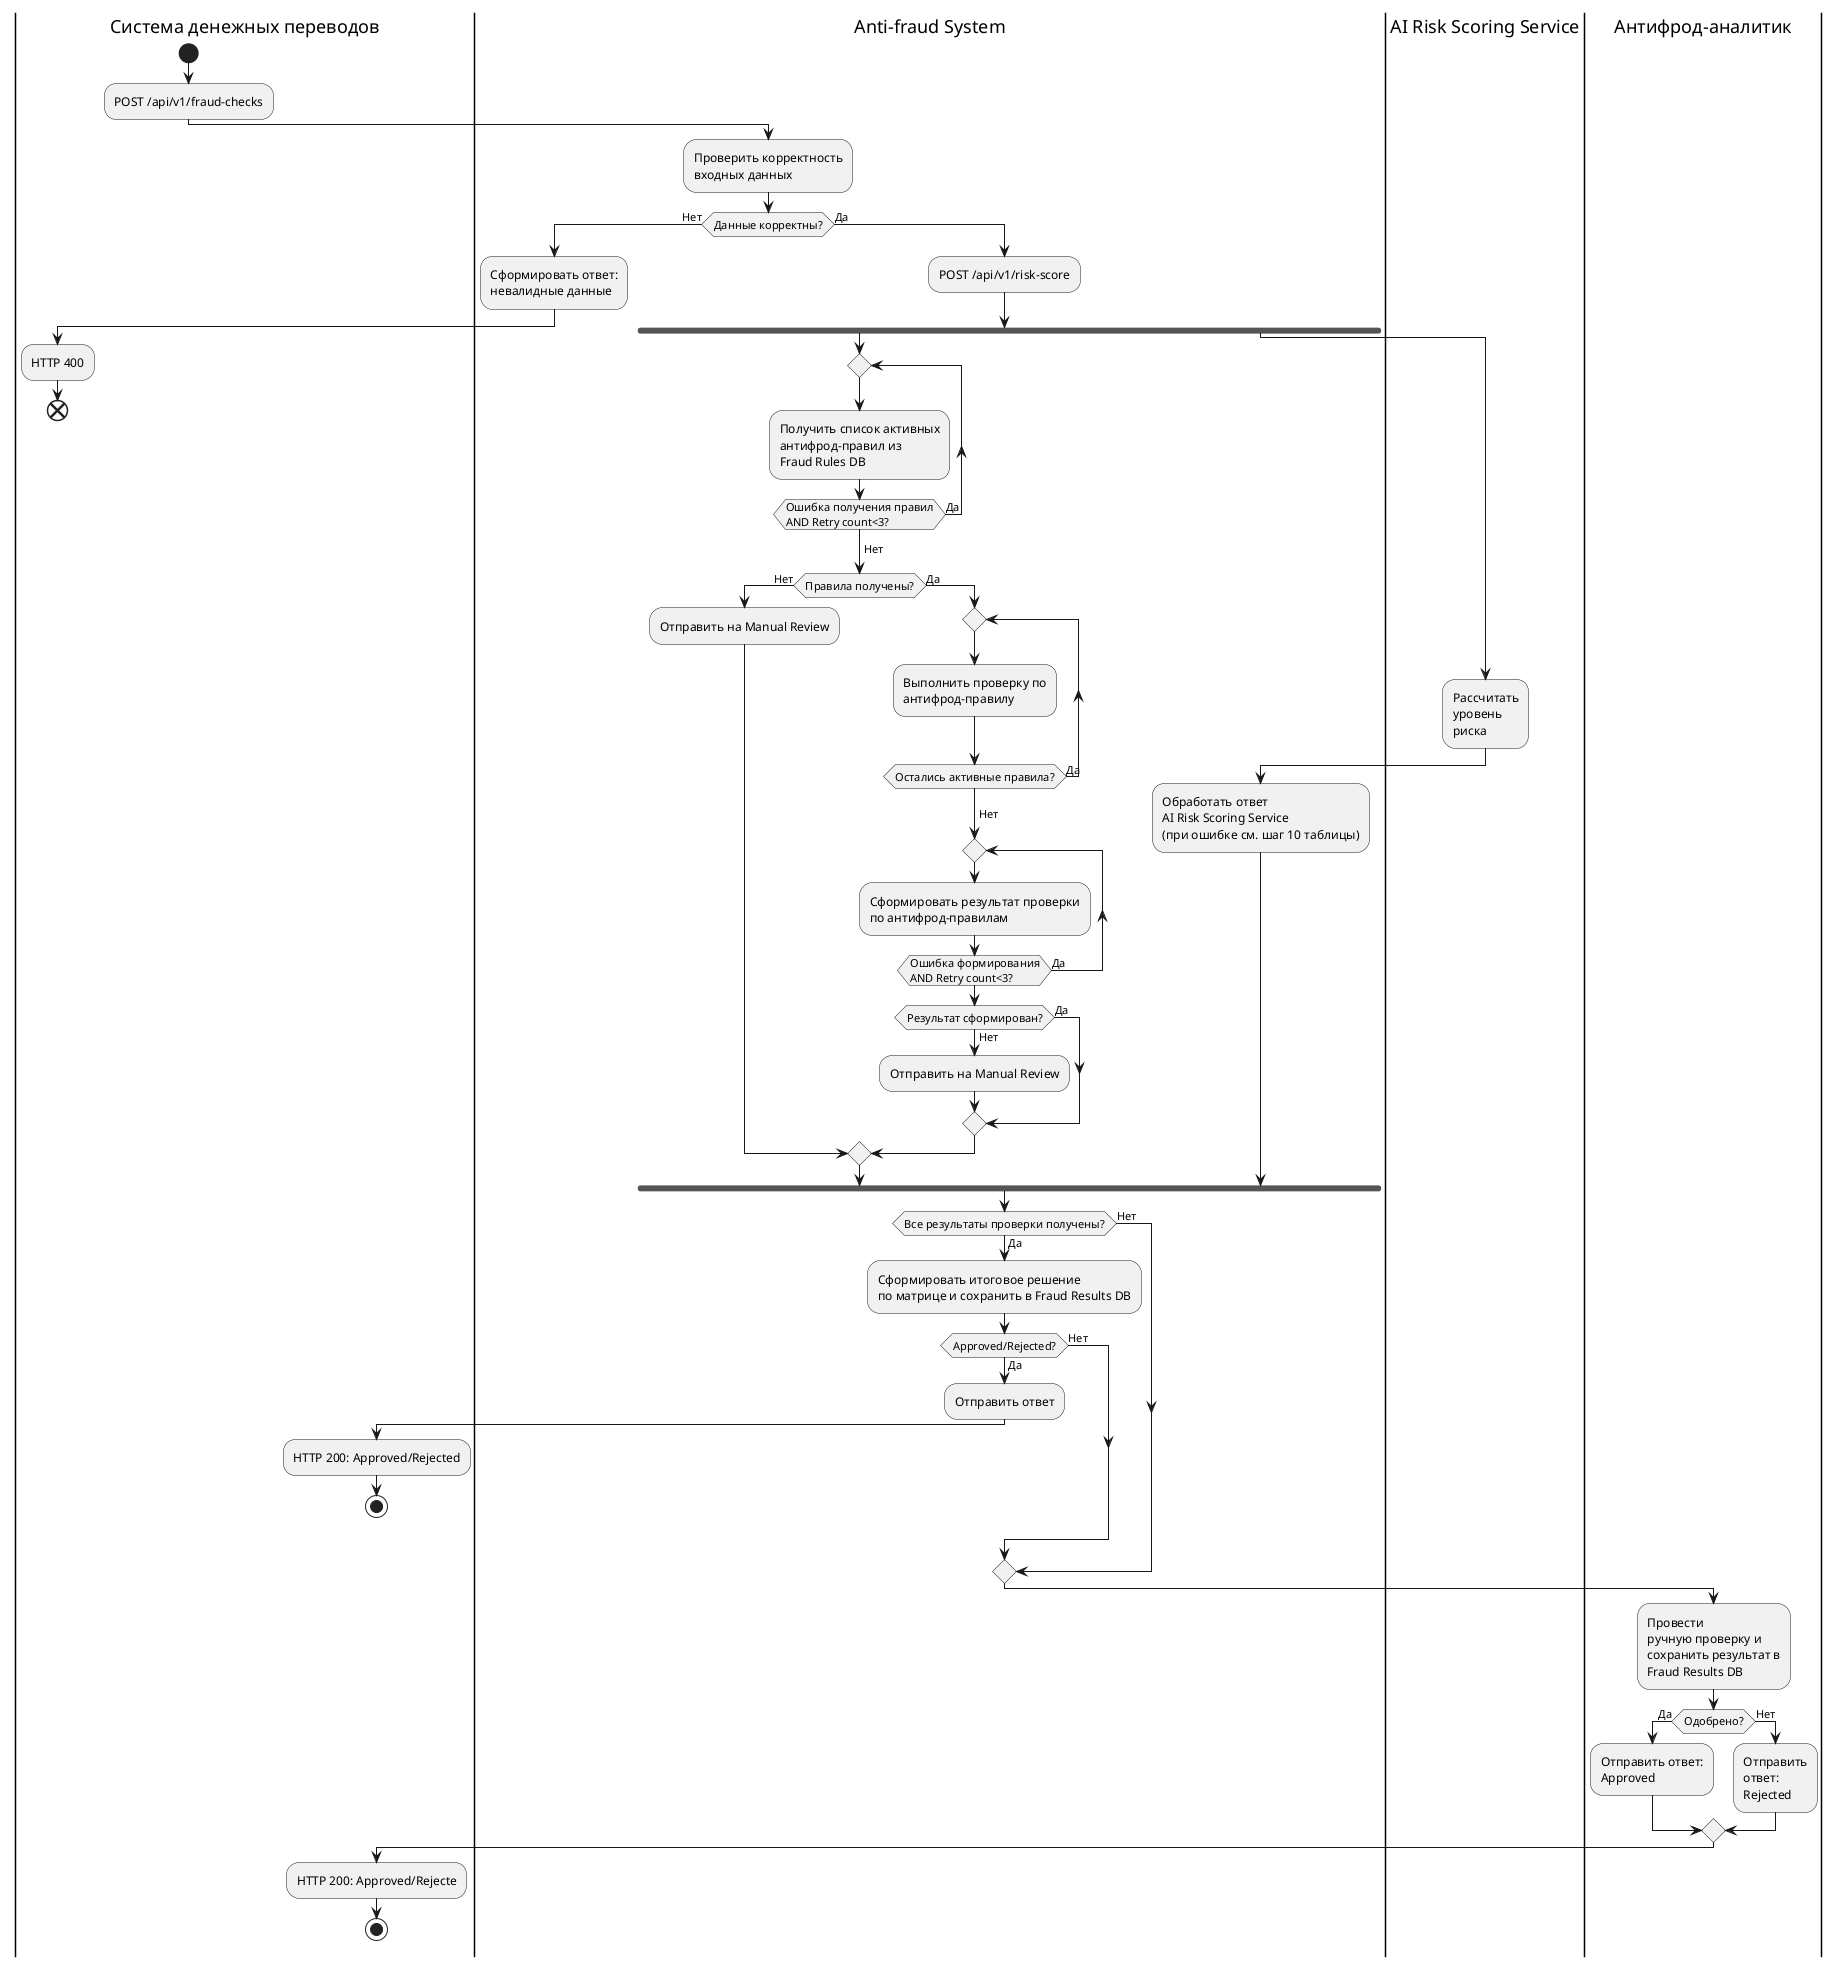
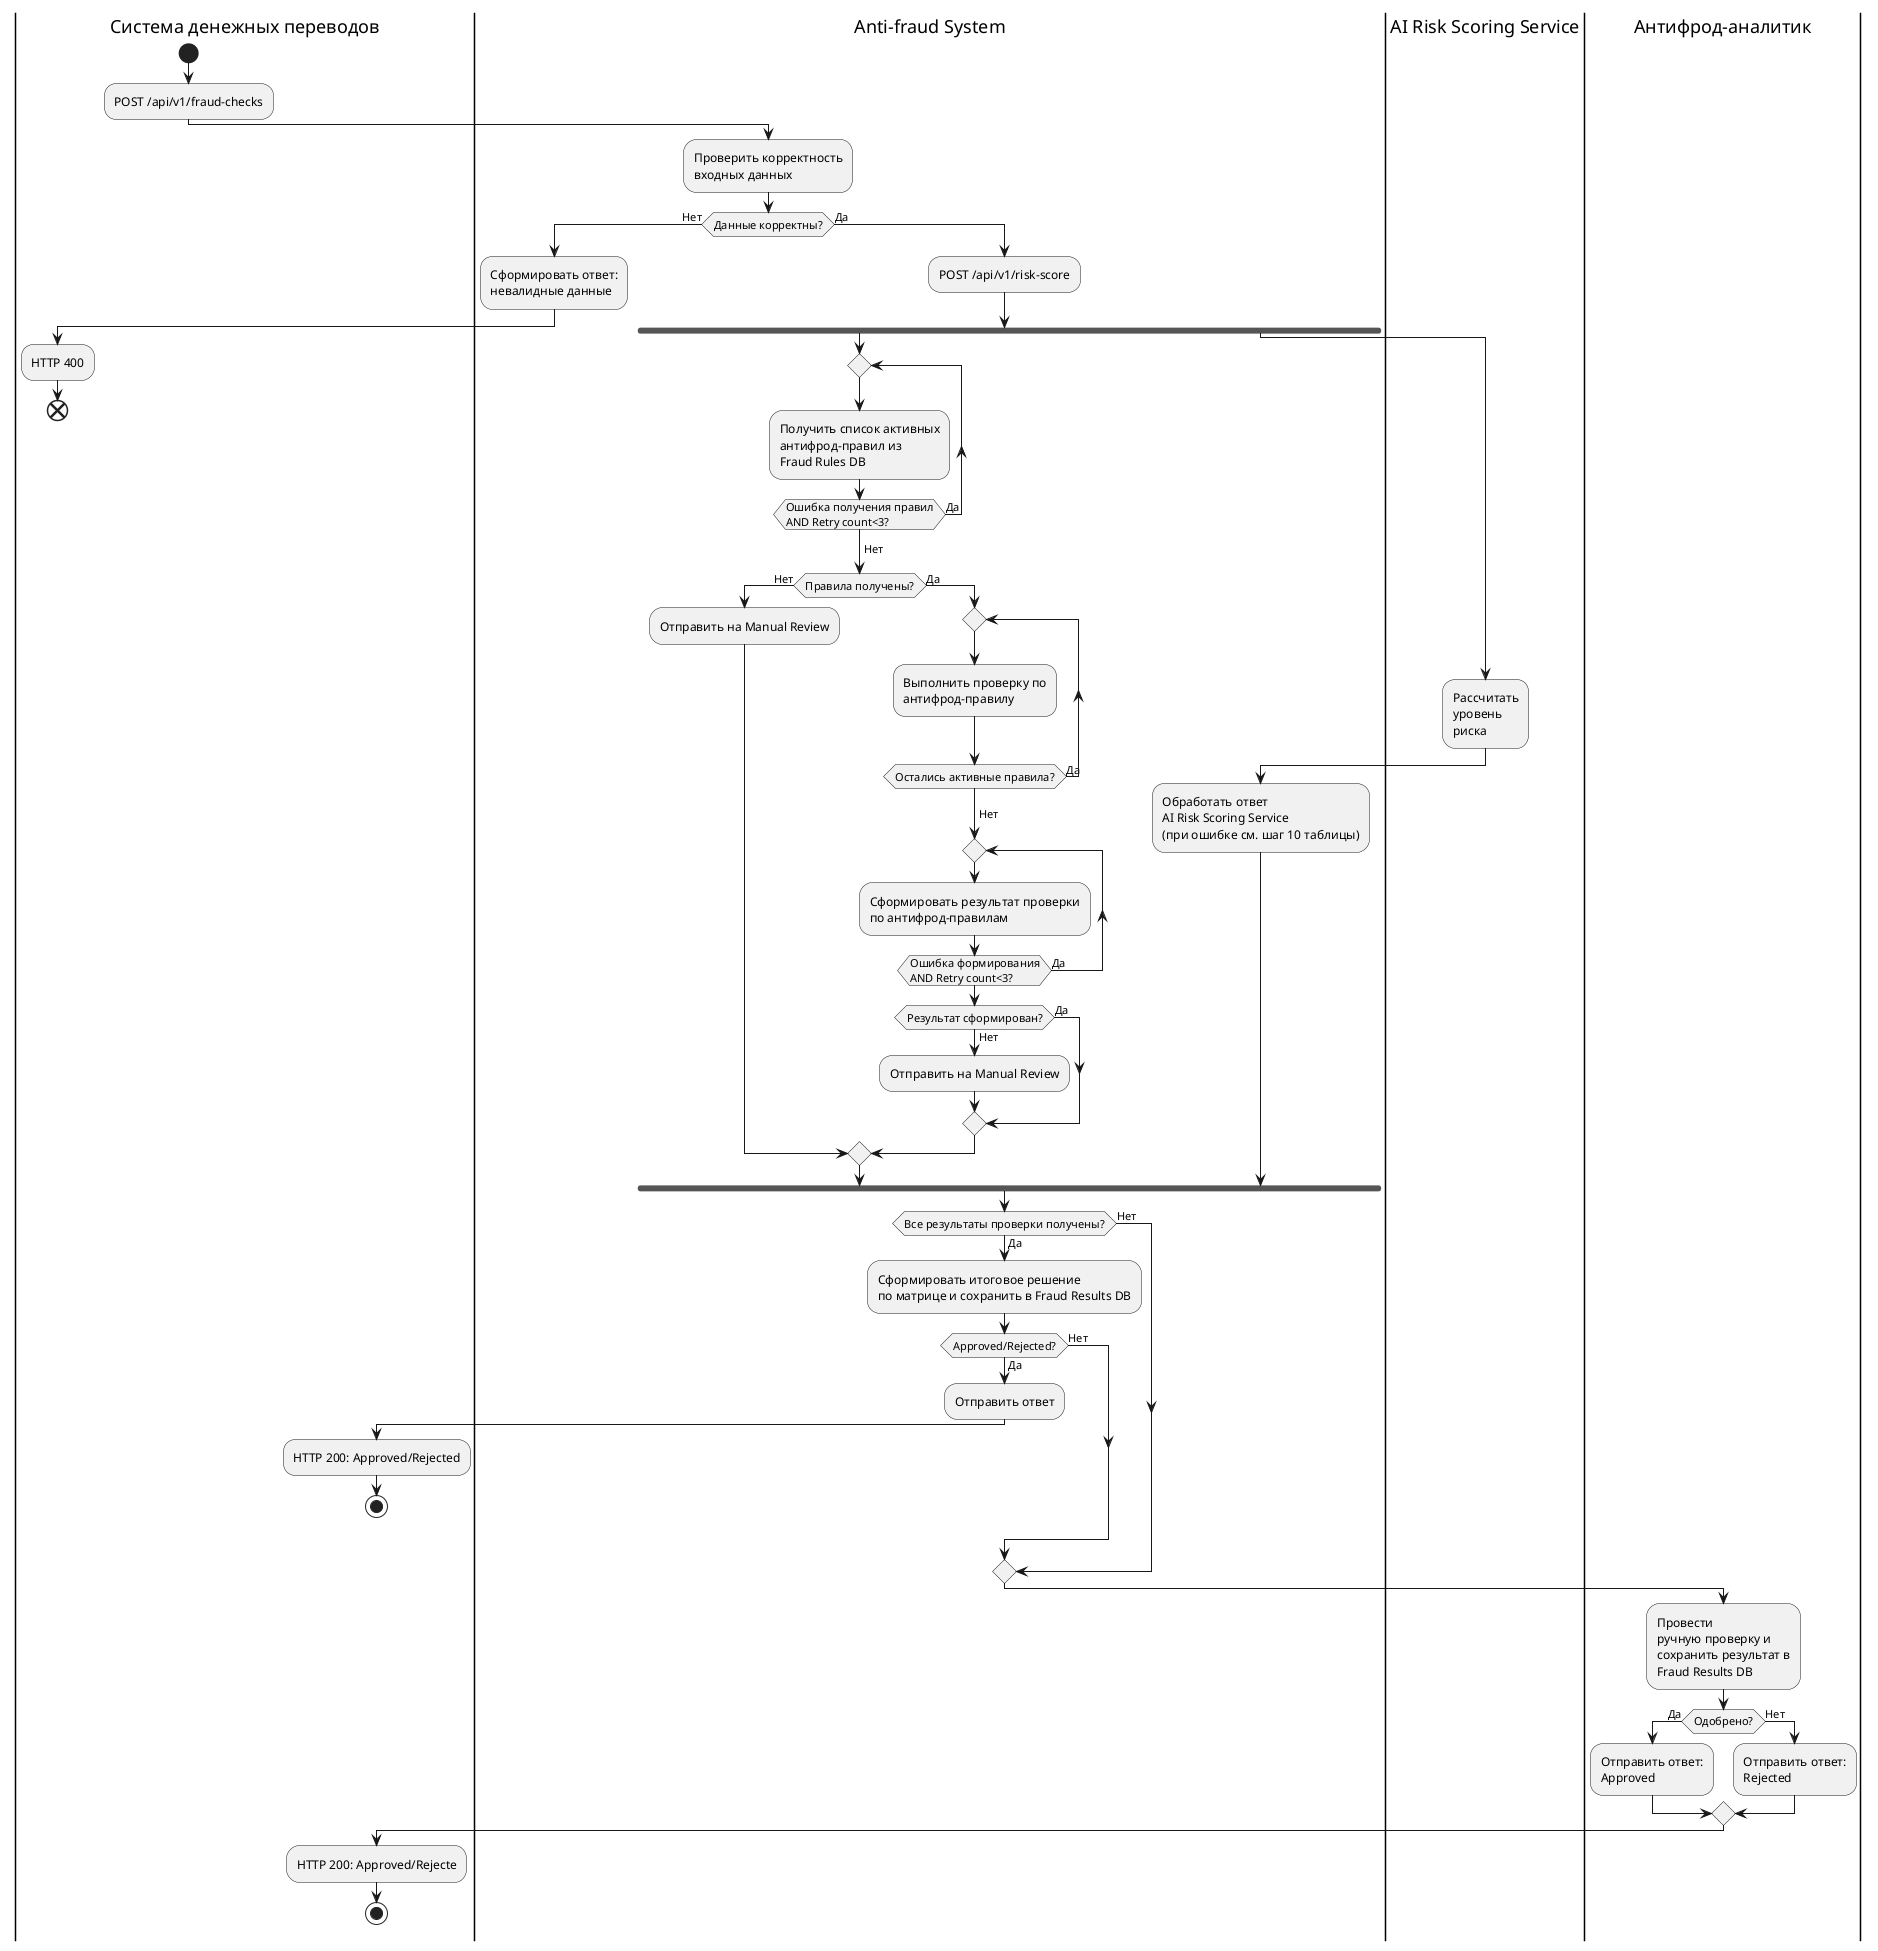
@startuml
|Система денежных переводов|
start
:POST /api/v1/fraud-checks;
|Anti-fraud System|
:Проверить корректность
входных данных;
if (Данные корректны?) then (Нет)
:Сформировать ответ:
невалидные данные;
|Система денежных переводов|
:HTTP 400;
end
|Anti-fraud System|
else (Да)
:POST /api/v1/risk-score;
fork
repeat
:Получить список активных
антифрод-правил из
Fraud Rules DB;
repeat while (Ошибка получения правил
AND Retry count<3?) is (Да)
->Нет;
if (Правила получены?) then (Нет)
:Отправить на Manual Review;
|Anti-fraud System|
else (Да)
repeat
:Выполнить проверку по
антифрод-правилу;
repeat while (Остались активные правила?) is (Да)
->Нет;
repeat
:Сформировать результат проверки
по антифрод-правилам;
repeat while (Ошибка формирования
AND Retry count<3?) is (Да)
if (Результат сформирован?) then (Нет)
:Отправить на Manual Review;
else (Да)
endif
endif
fork again
|AI Risk Scoring Service|
:Рассчитать
уровень
риска;
|Anti-fraud System|
:Обработать ответ
AI Risk Scoring Service
(при ошибке см. шаг 10 таблицы);
end fork
|Anti-fraud System|
if (Все результаты проверки получены?) then (Да)
:Сформировать итоговое решение
по матрице и сохранить в Fraud Results DB;
if (Approved/Rejected?) then (Да)
:Отправить ответ;
|Система денежных переводов|
:HTTP 200: Approved/Rejected;
stop
else (Нет)
|Anti-fraud System|
endif
else (Нет)
endif
|Антифрод-аналитик|
:Провести
ручную проверку и
сохранить результат в
Fraud Results DB;
if (Одобрено?) then (Да)
:Отправить ответ:
Approved;
else (Нет)
- :Отправить
- ответ:
+ :Отправить ответ:
Rejected;
endif
|Система денежных переводов|
:HTTP 200: Approved/Rejecte;
stop
endif
@enduml